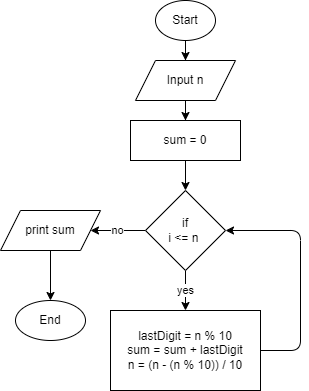
Earlier version of the draw.io export Bai 1/FlowChart_1c.drawio.png (QuocNGN/flow-chart-code). Source tidied: cells renumbered, new cells last; positions are measured from the earlier drawing's top-left corner, leaving out a move shared by most shapes.
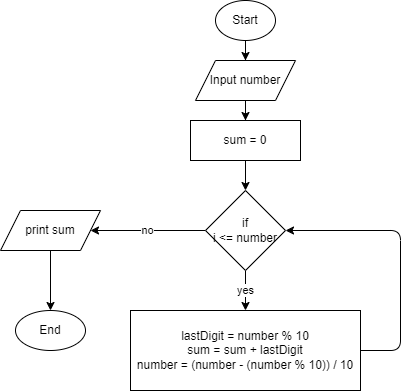
Above is the later version.

Diff of the diagram source:
```diff
@@ -2,16 +2,16 @@
   <root>
     <mxCell id="0" />
     <mxCell id="1" parent="0" />
-    <mxCell id="2" style="edgeStyle=none;html=1;exitX=1;exitY=0.5;exitDx=0;exitDy=0;entryX=1;entryY=0.5;entryDx=0;entryDy=0;" parent="1" edge="1" source="3" target="12">
+    <mxCell id="2" style="edgeStyle=none;html=1;entryX=1;entryY=0.5;entryDx=0;entryDy=0;exitX=1;exitY=0.5;exitDx=0;exitDy=0;" parent="1" edge="1" source="3" target="12">
       <mxGeometry relative="1" as="geometry">
         <Array as="points">
-          <mxPoint x="300" y="350" />
-          <mxPoint x="300" y="230" />
+          <mxPoint x="340" y="350" />
+          <mxPoint x="340" y="230" />
         </Array>
       </mxGeometry>
     </mxCell>
-    <mxCell id="3" value="lastDigit = n % 10&lt;br&gt;sum = sum + lastDigit&lt;br&gt;n = (n - (n % 10)) / 10" style="rounded=0;whiteSpace=wrap;html=1;" parent="1" vertex="1">
-      <mxGeometry x="110" y="310" width="150" height="80" as="geometry" />
+    <mxCell id="3" value="lastDigit = number % 10&lt;br&gt;sum = sum + lastDigit&lt;br&gt;number = (number - (number % 10)) / 10" style="rounded=0;whiteSpace=wrap;html=1;" parent="1" vertex="1">
+      <mxGeometry x="70" y="310" width="230" height="80" as="geometry" />
     </mxCell>
     <mxCell id="4" style="edgeStyle=orthogonalEdgeStyle;rounded=0;jettySize=auto;html=1;entryX=0.5;entryY=0;entryDx=0;entryDy=0;" parent="1" edge="1" source="5" target="7">
       <mxGeometry relative="1" as="geometry" />
@@ -22,7 +22,7 @@
     <mxCell id="6" style="edgeStyle=orthogonalEdgeStyle;rounded=0;jettySize=auto;html=1;entryX=0.5;entryY=0;entryDx=0;entryDy=0;" parent="1" edge="1" source="7" target="9">
       <mxGeometry relative="1" as="geometry" />
     </mxCell>
-    <mxCell id="7" value="Input n" style="shape=parallelogram;perimeter=parallelogramPerimeter;whiteSpace=wrap;html=1;fixedSize=1;" parent="1" vertex="1">
+    <mxCell id="7" value="Input number" style="shape=parallelogram;perimeter=parallelogramPerimeter;whiteSpace=wrap;html=1;fixedSize=1;" parent="1" vertex="1">
       <mxGeometry x="135" y="60" width="100" height="40" as="geometry" />
     </mxCell>
     <mxCell id="8" style="edgeStyle=orthogonalEdgeStyle;rounded=0;jettySize=auto;html=1;entryX=0.5;entryY=0;entryDx=0;entryDy=0;" parent="1" edge="1" source="9" target="12">
@@ -37,17 +37,17 @@
     <mxCell id="11" value="yes" style="edgeStyle=none;html=1;exitX=0.5;exitY=1;exitDx=0;exitDy=0;entryX=0.5;entryY=0;entryDx=0;entryDy=0;" parent="1" edge="1" source="12" target="3">
       <mxGeometry relative="1" as="geometry" />
     </mxCell>
-    <mxCell id="12" value="if&lt;br&gt;i &amp;lt;= n&amp;nbsp;" style="rhombus;whiteSpace=wrap;html=1;" parent="1" vertex="1">
+    <mxCell id="12" value="if&lt;br&gt;i &amp;lt;= number" style="rhombus;whiteSpace=wrap;html=1;" parent="1" vertex="1">
       <mxGeometry x="145" y="190" width="80" height="80" as="geometry" />
     </mxCell>
     <mxCell id="13" style="edgeStyle=orthogonalEdgeStyle;rounded=0;jettySize=auto;html=1;exitX=0.5;exitY=1;exitDx=0;exitDy=0;entryX=0.5;entryY=0;entryDx=0;entryDy=0;" parent="1" edge="1" source="14" target="15">
       <mxGeometry relative="1" as="geometry" />
     </mxCell>
     <mxCell id="14" value="print sum" style="shape=parallelogram;perimeter=parallelogramPerimeter;whiteSpace=wrap;html=1;fixedSize=1;" parent="1" vertex="1">
-      <mxGeometry y="210" width="100" height="40" as="geometry" />
+      <mxGeometry x="-60" y="210" width="100" height="40" as="geometry" />
     </mxCell>
     <mxCell id="15" value="End" style="ellipse;whiteSpace=wrap;html=1;" parent="1" vertex="1">
-      <mxGeometry x="15" y="300" width="70" height="40" as="geometry" />
+      <mxGeometry x="-45" y="310" width="70" height="40" as="geometry" />
     </mxCell>
   </root>
 </mxGraphModel>
```
